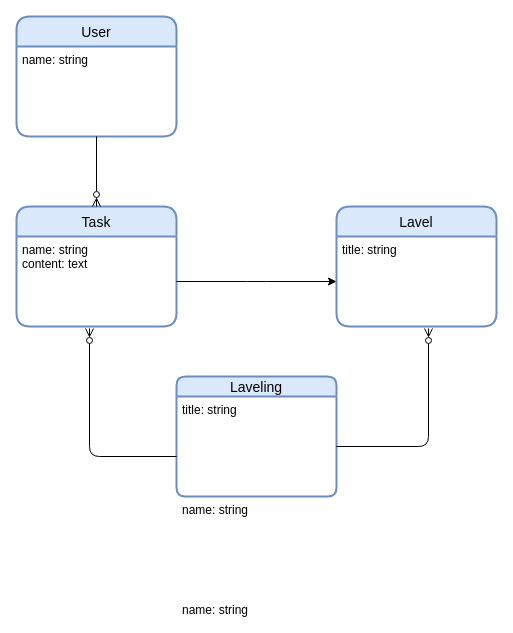
The draw.io diagram docs/ER図.drawio in keikikamikubota/manyou_exam, before the edit. Source tidied: cells renumbered, new cells numbered last; positions are measured from the earlier drawing's top-left corner, leaving out a move shared by most shapes. Both pictures are drawn from the tidied source at 100%, with x=0, y=0 at pixel (16, 16).
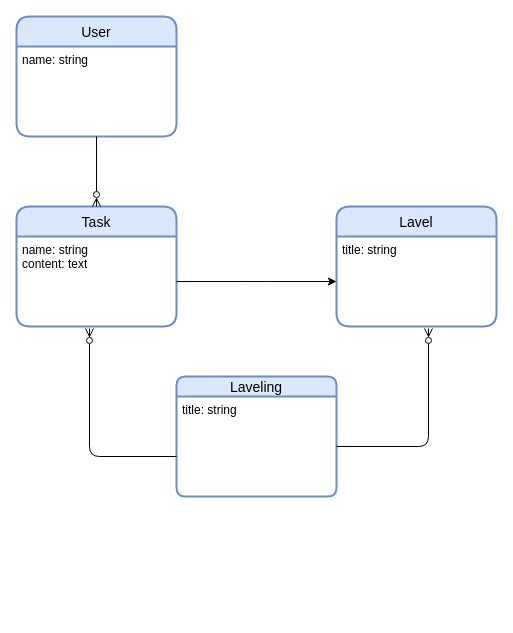
After the change.

Commit message (it also covers changes not shown here):
ER図を.pngでも用意してdocsフォルダに追加

What changed in the source:
```diff
@@
 <mxGraphModel background="#ffffff">
   <root>
     <mxCell id="0" />
     <mxCell id="1" parent="0" />
     <mxCell id="2" value="User" style="swimlane;horizontal=1;startSize=30;rounded=1;fontSize=14;fontStyle=0;strokeWidth=2;shadow=0;dashed=0;align=center;fillColor=#dae8fc;strokeColor=#6c8ebf;" parent="1" vertex="1">
       <mxGeometry width="160" height="120" as="geometry" />
     </mxCell>
     <mxCell id="3" value="name: string" style="align=left;strokeColor=none;fillColor=none;spacingLeft=4;fontSize=12;verticalAlign=top;" parent="2" vertex="1">
       <mxGeometry y="30" width="160" height="90" as="geometry" />
     </mxCell>
     <mxCell id="4" value="Task" style="swimlane;horizontal=1;startSize=30;rounded=1;fontSize=14;fontStyle=0;strokeWidth=2;shadow=0;dashed=0;align=center;fillColor=#dae8fc;strokeColor=#6c8ebf;" parent="1" vertex="1">
       <mxGeometry y="190" width="160" height="120" as="geometry" />
     </mxCell>
     <mxCell id="5" value="name: string&#10;content: text" style="align=left;strokeColor=none;fillColor=none;spacingLeft=4;fontSize=12;verticalAlign=top;" parent="4" vertex="1">
       <mxGeometry y="30" width="160" height="90" as="geometry" />
     </mxCell>
     <mxCell id="6" style="edgeStyle=none;html=1;endArrow=ERzeroToMany;endFill=0;" parent="1" edge="1" source="3" target="4">
       <mxGeometry relative="1" as="geometry" />
     </mxCell>
     <mxCell id="7" value="Lavel" style="swimlane;horizontal=1;startSize=30;rounded=1;fontSize=14;fontStyle=0;strokeWidth=2;shadow=0;dashed=0;align=center;fillColor=#dae8fc;strokeColor=#6c8ebf;" parent="1" vertex="1">
       <mxGeometry x="320" y="190" width="160" height="120" as="geometry" />
     </mxCell>
     <mxCell id="8" value="title: string" style="align=left;strokeColor=none;fillColor=none;spacingLeft=4;fontSize=12;verticalAlign=top;" parent="7" vertex="1">
       <mxGeometry y="30" width="160" height="90" as="geometry" />
     </mxCell>
     <mxCell id="9" style="edgeStyle=elbowEdgeStyle;html=1;elbow=vertical;" parent="1" edge="1" source="5" target="7">
       <mxGeometry relative="1" as="geometry" />
     </mxCell>
     <mxCell id="10" value="Laveling" style="swimlane;horizontal=1;startSize=20;rounded=1;fontSize=14;fontStyle=0;strokeWidth=2;shadow=0;dashed=0;align=center;fillColor=#dae8fc;strokeColor=#6c8ebf;" parent="1" vertex="1">
       <mxGeometry x="160" y="360" width="160" height="120" as="geometry" />
     </mxCell>
     <mxCell id="11" value="title: string" style="align=left;strokeColor=none;fillColor=none;spacingLeft=4;fontSize=12;verticalAlign=top;" parent="10" vertex="1">
       <mxGeometry y="20" width="160" height="100" as="geometry" />
     </mxCell>
-    <mxCell id="12" value="name: string" style="align=left;strokeColor=none;fillColor=none;spacingLeft=4;fontSize=12;verticalAlign=top;" parent="10" vertex="1">
-      <mxGeometry y="120" width="160" height="100" as="geometry" />
-    </mxCell>
-    <mxCell id="13" value="name: string" style="align=left;strokeColor=none;fillColor=none;spacingLeft=4;fontSize=12;verticalAlign=top;" parent="10" vertex="1">
-      <mxGeometry y="220" width="160" height="-100" as="geometry" />
-    </mxCell>
     <mxCell id="14" style="edgeStyle=elbowEdgeStyle;html=1;entryX=0.456;entryY=1.022;entryDx=0;entryDy=0;entryPerimeter=0;endArrow=ERzeroToMany;endFill=0;" parent="1" edge="1" source="11" target="5">
       <mxGeometry relative="1" as="geometry">
         <Array as="points">
           <mxPoint x="73" y="440" />
         </Array>
       </mxGeometry>
     </mxCell>
     <mxCell id="15" style="edgeStyle=elbowEdgeStyle;html=1;entryX=0.575;entryY=1.022;entryDx=0;entryDy=0;entryPerimeter=0;endArrow=ERzeroToMany;endFill=0;" parent="1" edge="1" source="11" target="8">
       <mxGeometry relative="1" as="geometry">
         <Array as="points">
           <mxPoint x="412" y="430" />
           <mxPoint x="400" y="420" />
           <mxPoint x="410" y="440" />
         </Array>
       </mxGeometry>
     </mxCell>
   </root>
 </mxGraphModel>
```
